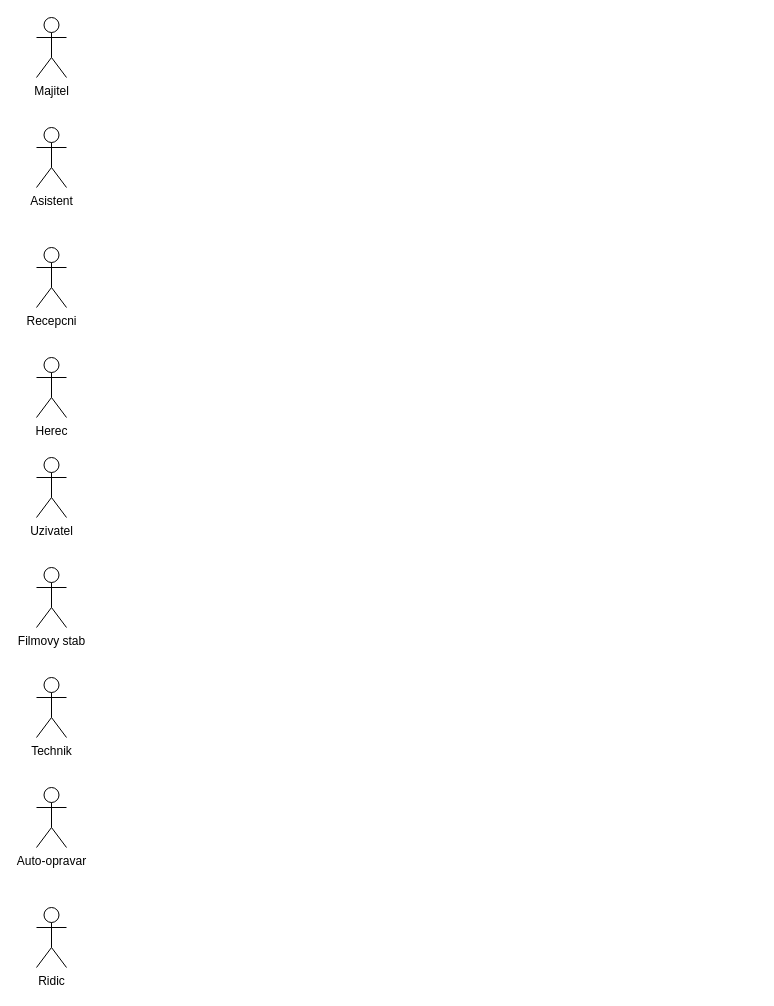
byte98/upce-bswin keeps this draw.io diagram as Untitled Diagram.drawio. Above is the earlier version. Source tidied: cells renumbered, new cells numbered last; positions are measured from the earlier drawing's top-left corner, leaving out a move shared by most shapes. Both pictures are drawn from the tidied source at 100%, with x=0, y=0 at pixel (36, 17).
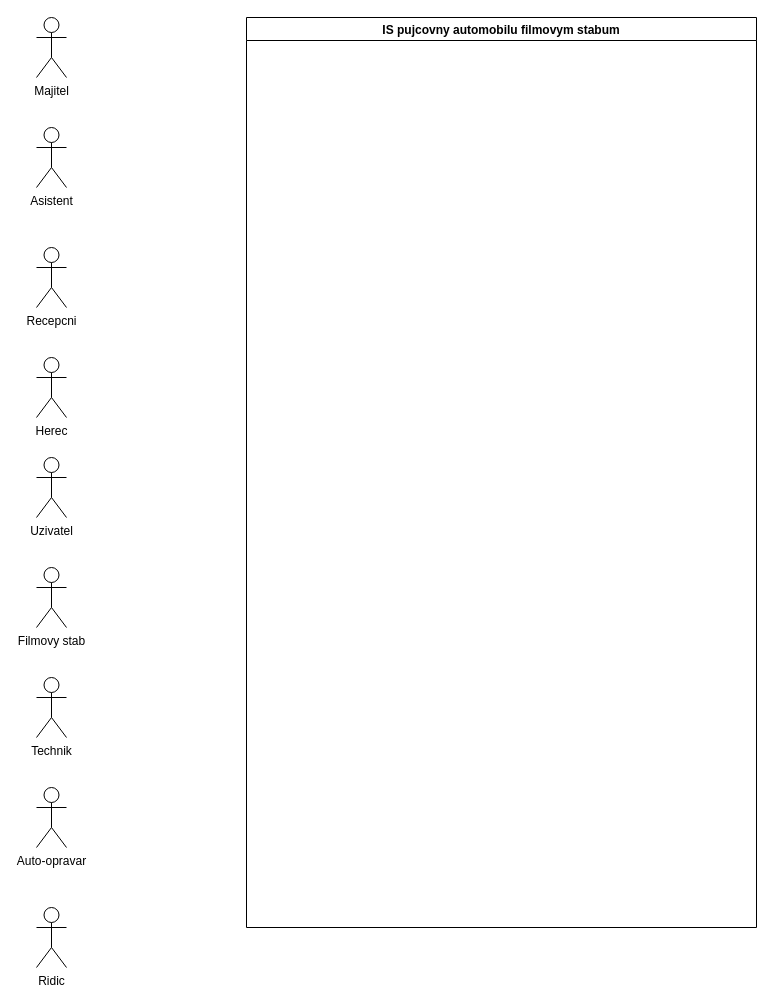
The same diagram, later.

The edit, as a diff of the source:
```diff
@@
 <mxGraphModel>
   <root>
     <mxCell id="0" />
     <mxCell id="1" parent="0" />
     <mxCell id="2" value="&lt;div&gt;Majitel&lt;/div&gt;" style="shape=umlActor;verticalLabelPosition=bottom;verticalAlign=top;html=1;" parent="1" vertex="1">
       <mxGeometry width="30" height="60" as="geometry" />
     </mxCell>
     <mxCell id="3" value="&lt;div&gt;Asistent&lt;/div&gt;&lt;div&gt;&lt;br&gt;&lt;/div&gt;" style="shape=umlActor;verticalLabelPosition=bottom;verticalAlign=top;html=1;" parent="1" vertex="1">
       <mxGeometry y="110" width="30" height="60" as="geometry" />
     </mxCell>
     <mxCell id="4" value="Recepcni" style="shape=umlActor;verticalLabelPosition=bottom;verticalAlign=top;html=1;" parent="1" vertex="1">
       <mxGeometry y="230" width="30" height="60" as="geometry" />
     </mxCell>
     <mxCell id="5" value="Herec" style="shape=umlActor;verticalLabelPosition=bottom;verticalAlign=top;html=1;" parent="1" vertex="1">
       <mxGeometry y="340" width="30" height="60" as="geometry" />
     </mxCell>
     <mxCell id="6" value="Uzivatel" style="shape=umlActor;verticalLabelPosition=bottom;verticalAlign=top;html=1;" parent="1" vertex="1">
       <mxGeometry y="440" width="30" height="60" as="geometry" />
     </mxCell>
     <mxCell id="7" value="Filmovy stab" style="shape=umlActor;verticalLabelPosition=bottom;verticalAlign=top;html=1;" parent="1" vertex="1">
       <mxGeometry y="550" width="30" height="60" as="geometry" />
     </mxCell>
     <mxCell id="8" value="Technik" style="shape=umlActor;verticalLabelPosition=bottom;verticalAlign=top;html=1;" parent="1" vertex="1">
       <mxGeometry y="660" width="30" height="60" as="geometry" />
     </mxCell>
     <mxCell id="9" value="Auto-opravar" style="shape=umlActor;verticalLabelPosition=bottom;verticalAlign=top;html=1;" parent="1" vertex="1">
       <mxGeometry y="770" width="30" height="60" as="geometry" />
     </mxCell>
     <mxCell id="10" value="Ridic" style="shape=umlActor;verticalLabelPosition=bottom;verticalAlign=top;html=1;" parent="1" vertex="1">
       <mxGeometry y="890" width="30" height="60" as="geometry" />
     </mxCell>
+    <mxCell id="11" value="IS pujcovny automobilu filmovym stabum" style="swimlane;" parent="1" vertex="1">
+      <mxGeometry x="210" width="510" height="910" as="geometry" />
+    </mxCell>
   </root>
 </mxGraphModel>
```
